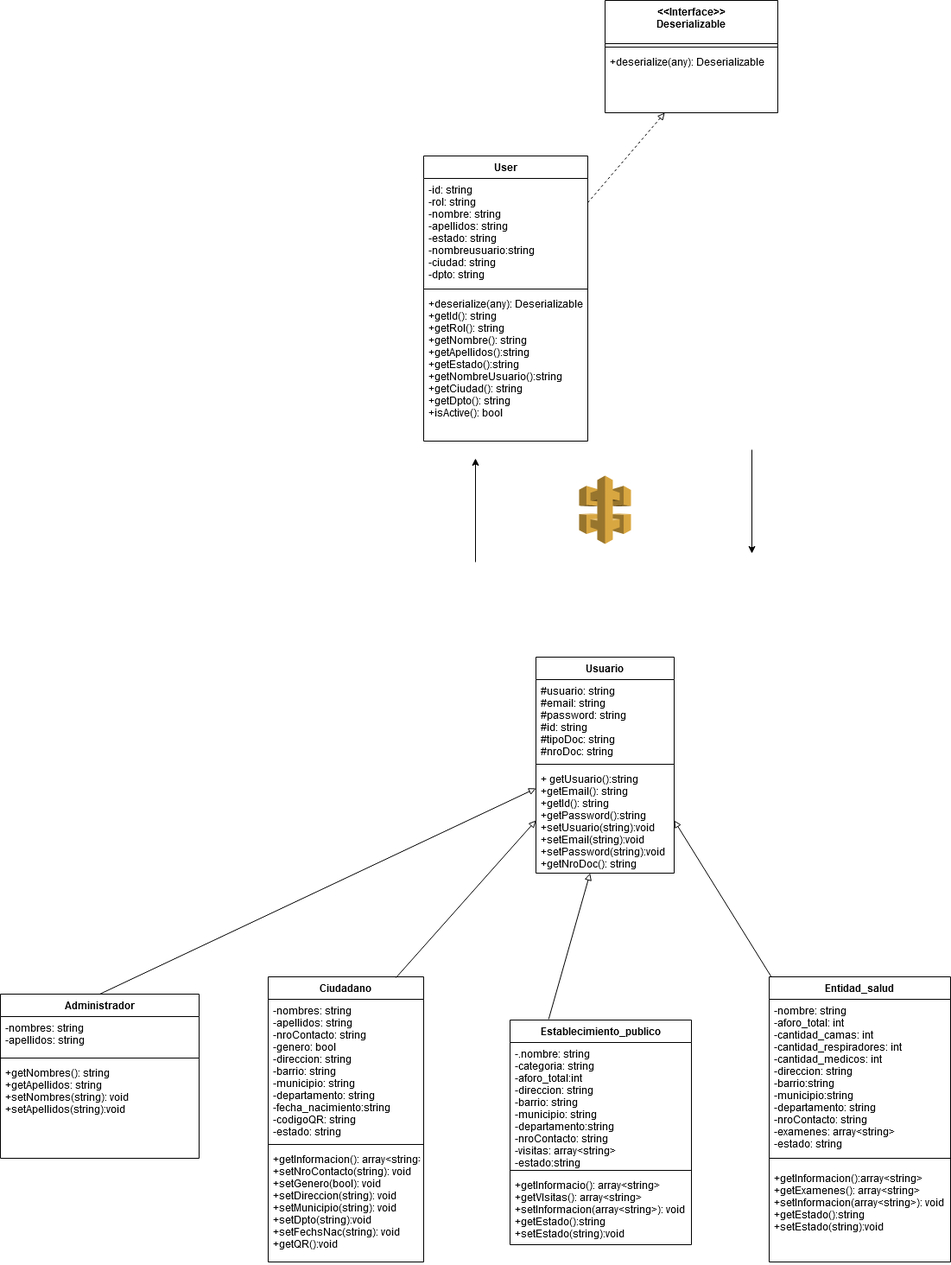
Earlier version of the draw.io export documentation/Diagramas de clases/Diagrama de clases usuario.png (santiagoMeloMedina/PSICovidControl). Source tidied: cells renumbered, new cells last; positions are measured from the earlier drawing's top-left corner, leaving out a move shared by most shapes.
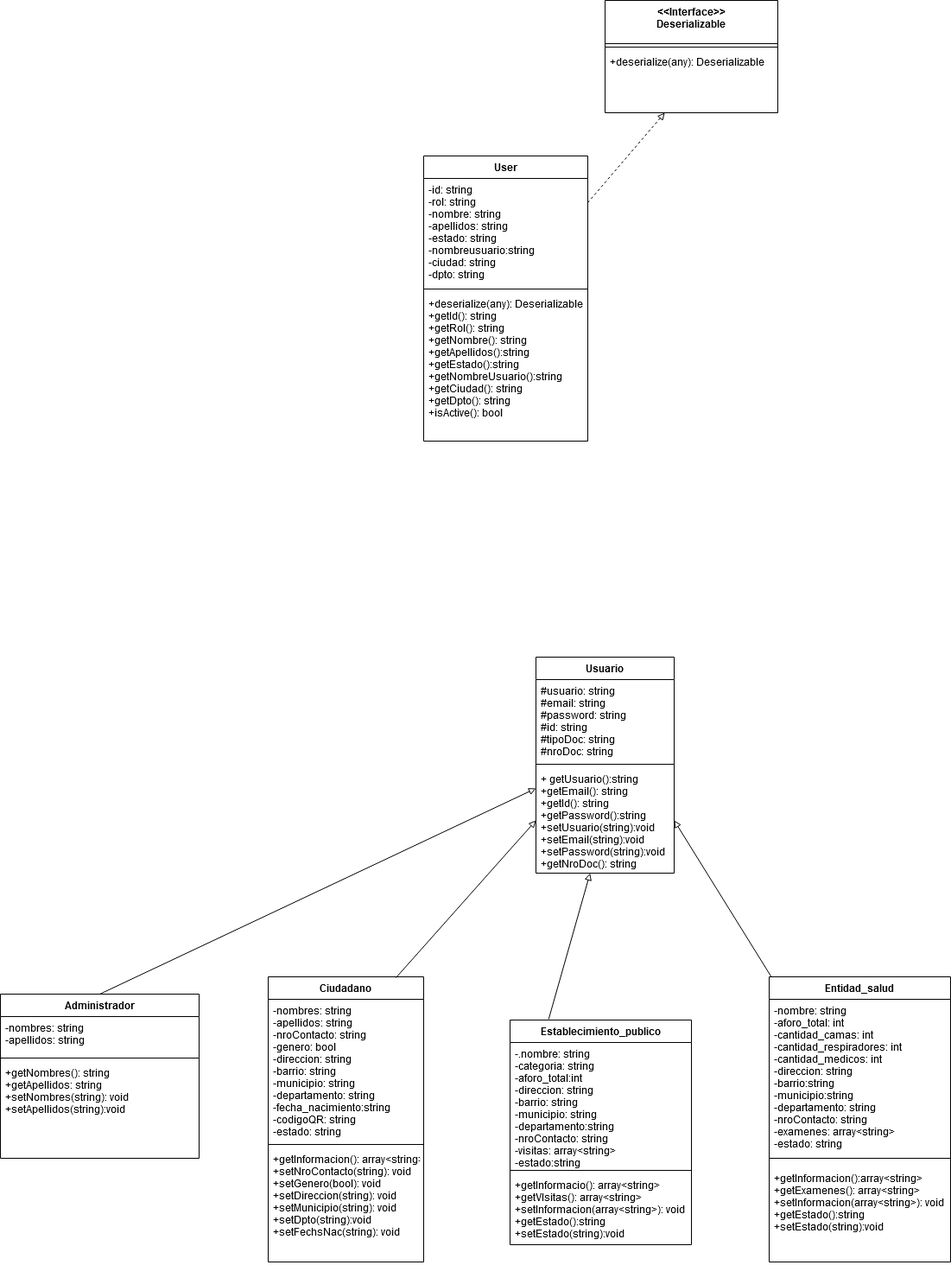
The same diagram one commit later.

Diff of the diagram source:
```diff
@@ -11,7 +11,7 @@
     <mxCell id="4" style="line;strokeWidth=1;fillColor=none;align=left;verticalAlign=middle;spacingTop=-1;spacingLeft=3;spacingRight=3;labelPosition=right;" parent="2" vertex="1">
       <mxGeometry y="190" width="180" height="8" as="geometry" />
     </mxCell>
-    <mxCell id="5" value="+getInformacion(): array&lt;string&gt;&#10;+setNroContacto(string): void&#10;+setGenero(bool): void&#10;+setDireccion(string): void&#10;+setMunicipio(string): void&#10;+setDpto(string):void&#10;+setFechsNac(string): void&#10;+getQR():void&#10;&#10;&#10;&#10;&#10;" style="text;strokeColor=none;fillColor=none;align=left;verticalAlign=top;spacingLeft=4;spacingRight=4;overflow=hidden;" parent="2" vertex="1">
+    <mxCell id="5" value="+getInformacion(): array&lt;string&gt;&#10;+setNroContacto(string): void&#10;+setGenero(bool): void&#10;+setDireccion(string): void&#10;+setMunicipio(string): void&#10;+setDpto(string):void&#10;+setFechsNac(string): void&#10;&#10;&#10;&#10;&#10;" style="text;strokeColor=none;fillColor=none;align=left;verticalAlign=top;spacingLeft=4;spacingRight=4;overflow=hidden;" parent="2" vertex="1">
       <mxGeometry y="198" width="180" height="132" as="geometry" />
     </mxCell>
     <mxCell id="6" value="Entidad_salud" style="swimlane;fontStyle=1;align=center;verticalAlign=top;horizontal=1;startSize=26;" parent="1" vertex="1">
@@ -74,9 +74,6 @@
     <mxCell id="25" style="endArrow=block;html=1;exitX=0.5;exitY=0;exitDx=0;exitDy=0;entryX=0;entryY=0.196;entryDx=0;entryDy=0;endFill=0;entryPerimeter=0;" parent="1" edge="1" source="14" target="21">
       <mxGeometry relative="1" as="geometry" />
     </mxCell>
-    <mxCell id="26" style="dashed=0;verticalLabelPosition=bottom;verticalAlign=top;align=center;html=1;shape=mxgraph.aws3.api_gateway;fillColor=#D9A741;gradientColor=none;" parent="1" vertex="1">
-      <mxGeometry x="670" y="550" width="60" height="79" as="geometry" />
-    </mxCell>
     <mxCell id="27" value="&lt;&lt;Interface&gt;&gt;&#10;Deserializable" style="swimlane;fontStyle=1;align=center;verticalAlign=top;horizontal=1;startSize=50;" parent="1" vertex="1">
       <mxGeometry x="700" width="200" height="130" as="geometry" />
     </mxCell>
@@ -101,17 +98,5 @@
     <mxCell id="34" value="+deserialize(any): Deserializable &#10;+getId(): string&#10;+getRol(): string&#10;+getNombre(): string&#10;+getApellidos():string&#10;+getEstado():string&#10;+getNombreUsuario():string&#10;+getCiudad(): string&#10;+getDpto(): string&#10;+isActive(): bool&#10;&#10;&#10;&#10;" style="text;strokeColor=none;fillColor=none;align=left;verticalAlign=top;spacingLeft=4;spacingRight=4;overflow=hidden;" parent="31" vertex="1">
       <mxGeometry y="158" width="190" height="172" as="geometry" />
     </mxCell>
-    <mxCell id="35" style="endArrow=classic;html=1;strokeWidth=1;" parent="1" edge="1">
-      <mxGeometry relative="1" as="geometry">
-        <mxPoint x="550" y="650" as="sourcePoint" />
-        <mxPoint x="550" y="530" as="targetPoint" />
-      </mxGeometry>
-    </mxCell>
-    <mxCell id="36" style="endArrow=classic;html=1;strokeWidth=1;" parent="1" edge="1">
-      <mxGeometry relative="1" as="geometry">
-        <mxPoint x="870" y="520" as="sourcePoint" />
-        <mxPoint x="870" y="640" as="targetPoint" />
-      </mxGeometry>
-    </mxCell>
   </root>
 </mxGraphModel>
```
